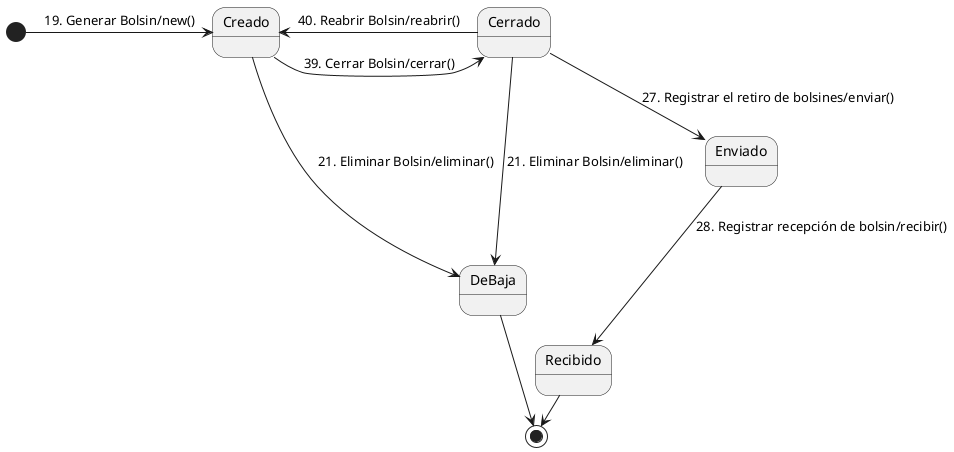
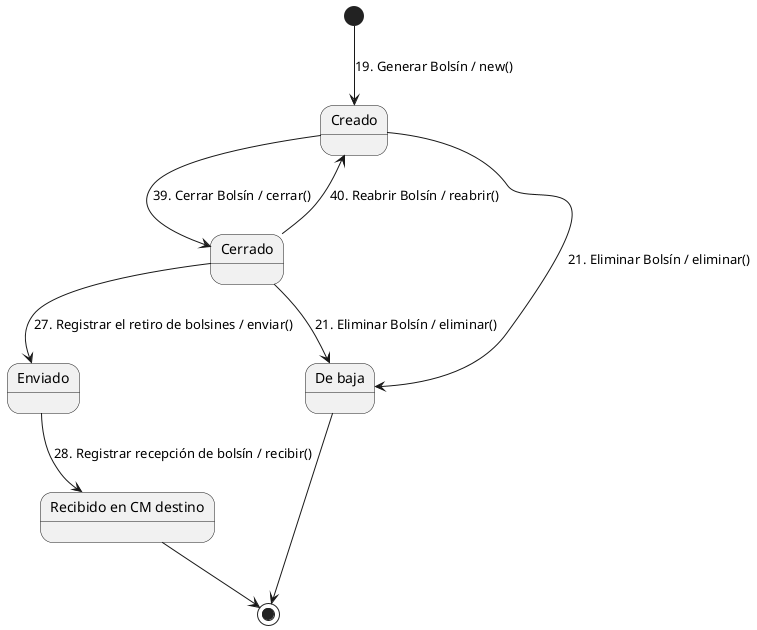
@startuml Maquina de Estados Bolsin
- [*] -> Creado : 19. Generar Bolsin/new()
- Creado -> Cerrado : \n39. Cerrar Bolsin/cerrar()
- Cerrado -> Creado : 40. Reabrir Bolsin/reabrir()
- Creado ---> DeBaja : 21. Eliminar Bolsin/eliminar()
- Cerrado -> DeBaja : 21. Eliminar Bolsin/eliminar()
- Cerrado --> Enviado : 27. Registrar el retiro de bolsines/enviar()
- Enviado --> Recibido : 28. Registrar recepción de bolsin/recibir()
+ skinparam style strictuml
+ 
+ state Creado
+ state Cerrado
+ state Enviado
+ state "Recibido en CM destino" as Recibido
+ state "De baja" as DeBaja
+ 
+ [*] --> Creado : 19. Generar Bolsín / new()
+ Creado --> Cerrado : 39. Cerrar Bolsín / cerrar()
+ Cerrado --> Creado : 40. Reabrir Bolsín / reabrir()
+ 
+ Creado --> DeBaja : 21. Eliminar Bolsín / eliminar()
+ Cerrado --> DeBaja : 21. Eliminar Bolsín / eliminar()
+ 
+ Cerrado --> Enviado : 27. Registrar el retiro de bolsines / enviar()
+ Enviado --> Recibido : 28. Registrar recepción de bolsín / recibir()
+ 
DeBaja --> [*]
- Recibido -> [*]+ Recibido --> [*]
+ @enduml